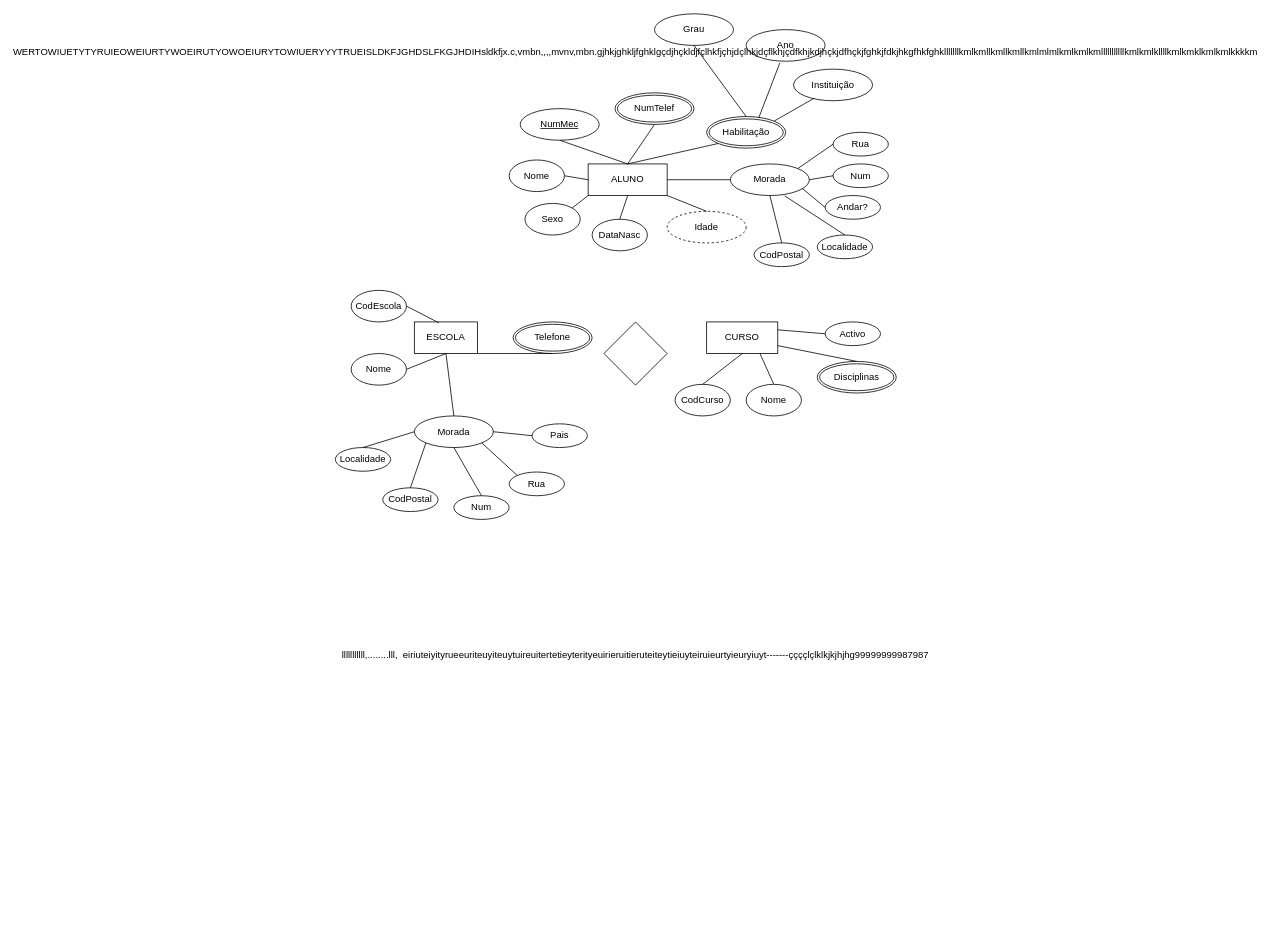
Pitosko/Diagrama-2P keeps this draw.io diagram as diagrama_escolar.drawio. Above is the earlier version. Source tidied: cells renumbered, new cells numbered last; positions are measured from the earlier drawing's top-left corner, leaving out a move shared by most shapes. Both pictures are drawn from the tidied source at 79%, with x=0, y=0 at pixel (335, 13).
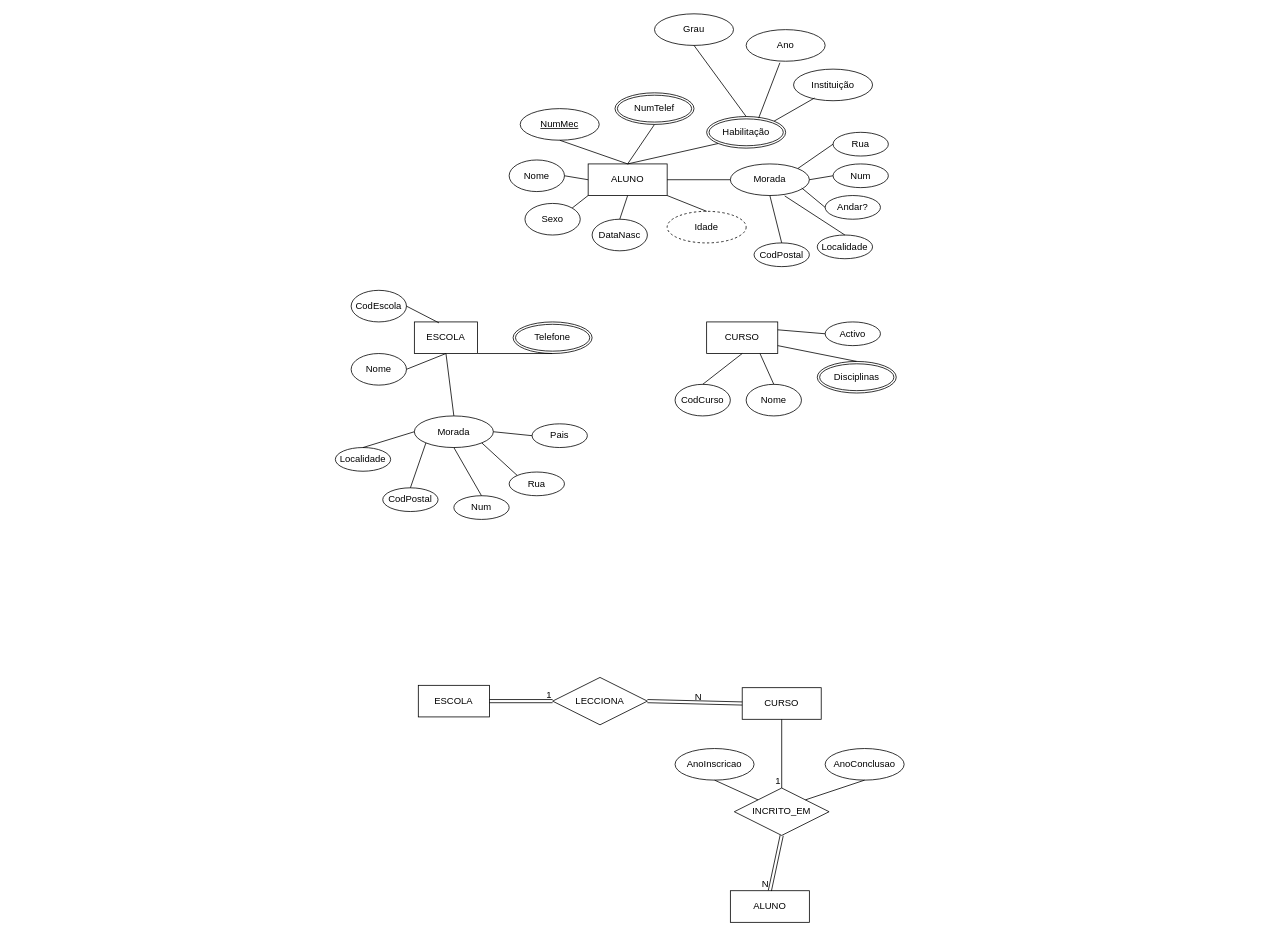
Above is the later version.

Change to the diagram source:
```diff
@@
-    <mxCell id="63" value="&lt;div&gt;WERTOWIUETYTYRUIEOWEIURTYWOEIRUTYOWOEIURYTOWIUERYYYTRUEISLDKFJGHDSLFKGJHDIHsldkfjx.c,vmbn,,,,mvnv,mbn.gjhkjghkljfghklgçdjhçkldjfçlhkfjçhjdçlhkjdçflkhjçdfkhjkdjhçkjdfhçkjfghkjfdkjhkgfhkfghklllllllkmlkmllkmllkmllkmlmlmlkmlkmlkmlllllllllllkmlkmlkllllkmlkmklkmlkmlkkkkm&lt;/div&gt;&lt;div&gt;&lt;br&gt;&lt;/div&gt;&lt;div&gt;&lt;br&gt;&lt;/div&gt;&lt;div&gt;&lt;br&gt;&lt;/div&gt;&lt;div&gt;&lt;br&gt;&lt;/div&gt;&lt;div&gt;&lt;br&gt;&lt;/div&gt;&lt;div&gt;&lt;br&gt;&lt;/div&gt;&lt;div&gt;&lt;br&gt;&lt;/div&gt;&lt;div&gt;&lt;br&gt;&lt;/div&gt;&lt;div&gt;&lt;br&gt;&lt;/div&gt;&lt;div&gt;&lt;br&gt;&lt;/div&gt;&lt;div&gt;&lt;br&gt;&lt;/div&gt;&lt;div&gt;&lt;br&gt;&lt;/div&gt;&lt;div&gt;&lt;br&gt;&lt;/div&gt;&lt;div&gt;&lt;br&gt;&lt;/div&gt;&lt;div&gt;&lt;br&gt;&lt;/div&gt;&lt;div&gt;&lt;br&gt;&lt;/div&gt;&lt;div&gt;&lt;br&gt;&lt;/div&gt;&lt;div&gt;&lt;br&gt;&lt;/div&gt;&lt;div&gt;&lt;br&gt;&lt;/div&gt;&lt;div&gt;&lt;br&gt;&lt;/div&gt;&lt;div&gt;&lt;br&gt;&lt;/div&gt;&lt;div&gt;&lt;br&gt;&lt;/div&gt;&lt;div&gt;&lt;br&gt;&lt;/div&gt;&lt;div&gt;&lt;br&gt;&lt;/div&gt;&lt;div&gt;&lt;br&gt;&lt;/div&gt;&lt;div&gt;&lt;br&gt;&lt;/div&gt;&lt;div&gt;&lt;br&gt;&lt;/div&gt;&lt;div&gt;&lt;br&gt;&lt;/div&gt;&lt;div&gt;&lt;br&gt;&lt;/div&gt;&lt;div&gt;&lt;br&gt;&lt;/div&gt;&lt;div&gt;&lt;br&gt;&lt;/div&gt;&lt;div&gt;&lt;br&gt;&lt;/div&gt;&lt;div&gt;&lt;br&gt;&lt;/div&gt;&lt;div&gt;&lt;br&gt;&lt;/div&gt;&lt;div&gt;&lt;br&gt;&lt;/div&gt;&lt;div&gt;&lt;br&gt;&lt;/div&gt;&lt;div&gt;&lt;br&gt;&lt;/div&gt;&lt;div&gt;&lt;br&gt;&lt;/div&gt;&lt;div&gt;&lt;br&gt;&lt;/div&gt;&lt;div&gt;&lt;br&gt;&lt;/div&gt;&lt;div&gt;&lt;br&gt;&lt;/div&gt;&lt;div&gt;&lt;br&gt;&lt;/div&gt;&lt;div&gt;&lt;br&gt;&lt;/div&gt;&lt;div&gt;&lt;br&gt;&lt;/div&gt;&lt;div&gt;&lt;br&gt;&lt;/div&gt;&lt;div&gt;&lt;br&gt;&lt;/div&gt;&lt;div&gt;&lt;br&gt;&lt;/div&gt;&lt;div&gt;&lt;br&gt;&lt;/div&gt;&lt;div&gt;&lt;br&gt;&lt;/div&gt;&lt;div&gt;&lt;br&gt;&lt;/div&gt;&lt;div&gt;&lt;br&gt;&lt;/div&gt;&lt;div&gt;&lt;br&gt;&lt;/div&gt;&lt;div&gt;lllllllllll,........lll,&amp;nbsp; eiriuteiyityrueeuriteuyiteuytuireuitertetieyterityeuirieruitieruteiteytieiuyteiruieurtyieuryiuyt-------ççççlçlklkjkjhjhg99999999987987&lt;/div&gt;" style="rhombus;whiteSpace=wrap;html=1;" parent="1" vertex="1">
-      <mxGeometry x="340" y="390" width="80" height="80" as="geometry" />
-    </mxCell>
+    <mxCell id="64" value="ESCOLA" style="rounded=0;whiteSpace=wrap;html=1;" parent="1" vertex="1">
+      <mxGeometry x="105" y="850" width="90" height="40" as="geometry" />
+    </mxCell>
+    <mxCell id="65" value="CURSO" style="whiteSpace=wrap;html=1;align=center;" parent="1" vertex="1">
+      <mxGeometry x="515" y="853" width="100" height="40" as="geometry" />
+    </mxCell>
+    <mxCell id="66" value="LECCIONA" style="shape=rhombus;perimeter=rhombusPerimeter;whiteSpace=wrap;html=1;align=center;" parent="1" vertex="1">
+      <mxGeometry x="275" y="840" width="120" height="60" as="geometry" />
+    </mxCell>
+    <mxCell id="67" value="INCRITO_EM" style="shape=rhombus;perimeter=rhombusPerimeter;whiteSpace=wrap;html=1;align=center;" parent="1" vertex="1">
+      <mxGeometry x="505" y="980" width="120" height="60" as="geometry" />
+    </mxCell>
+    <mxCell id="68" value="ALUNO" style="whiteSpace=wrap;html=1;align=center;" parent="1" vertex="1">
+      <mxGeometry x="500" y="1110" width="100" height="40" as="geometry" />
+    </mxCell>
+    <mxCell id="69" style="shape=link;html=1;rounded=0;exitX=1;exitY=0.5;exitDx=0;exitDy=0;entryX=0;entryY=0.5;entryDx=0;entryDy=0;" parent="1" edge="1" source="66" target="65">
+      <mxGeometry relative="1" as="geometry" />
+    </mxCell>
+    <mxCell id="70" value="N" style="html=1;whiteSpace=wrap;align=right;verticalAlign=bottom;" parent="69" vertex="1">
+      <mxGeometry x="1" relative="1" as="geometry">
+        <mxPoint x="-50" as="offset" />
+      </mxGeometry>
+    </mxCell>
+    <mxCell id="71" value="AnoInscricao" style="ellipse;whiteSpace=wrap;html=1;align=center;" parent="1" vertex="1">
+      <mxGeometry x="430" y="930" width="100" height="40" as="geometry" />
+    </mxCell>
+    <mxCell id="72" value="AnoConclusao" style="ellipse;whiteSpace=wrap;html=1;align=center;" parent="1" vertex="1">
+      <mxGeometry x="620" y="930" width="100" height="40" as="geometry" />
+    </mxCell>
+    <mxCell id="73" style="endArrow=none;html=1;rounded=0;exitX=0.5;exitY=1;exitDx=0;exitDy=0;entryX=0.5;entryY=0;entryDx=0;entryDy=0;" parent="1" edge="1" source="65" target="67">
+      <mxGeometry relative="1" as="geometry" />
+    </mxCell>
+    <mxCell id="74" value="1" style="html=1;whiteSpace=wrap;align=right;verticalAlign=bottom;" parent="73" vertex="1">
+      <mxGeometry x="1" relative="1" as="geometry" />
+    </mxCell>
+    <mxCell id="75" style="endArrow=none;html=1;rounded=0;exitX=1;exitY=0;exitDx=0;exitDy=0;entryX=0.5;entryY=1;entryDx=0;entryDy=0;" parent="1" edge="1" source="67" target="72">
+      <mxGeometry relative="1" as="geometry" />
+    </mxCell>
+    <mxCell id="76" style="endArrow=none;html=1;rounded=0;entryX=0;entryY=0;entryDx=0;entryDy=0;exitX=0.5;exitY=1;exitDx=0;exitDy=0;" parent="1" edge="1" source="71" target="67">
+      <mxGeometry relative="1" as="geometry" />
+    </mxCell>
+    <mxCell id="77" style="shape=link;html=1;rounded=0;exitX=1;exitY=0.5;exitDx=0;exitDy=0;entryX=0;entryY=0.5;entryDx=0;entryDy=0;" parent="1" edge="1" source="64" target="66">
+      <mxGeometry relative="1" as="geometry" />
+    </mxCell>
+    <mxCell id="78" value="1" style="html=1;whiteSpace=wrap;align=right;verticalAlign=bottom;" parent="77" vertex="1">
+      <mxGeometry x="1" relative="1" as="geometry" />
+    </mxCell>
+    <mxCell id="79" style="shape=link;html=1;rounded=0;exitX=0.5;exitY=1;exitDx=0;exitDy=0;entryX=0.5;entryY=0;entryDx=0;entryDy=0;" parent="1" edge="1" source="67" target="68">
+      <mxGeometry relative="1" as="geometry" />
+    </mxCell>
+    <mxCell id="80" value="N" style="html=1;whiteSpace=wrap;align=right;verticalAlign=bottom;" parent="79" vertex="1">
+      <mxGeometry x="1" relative="1" as="geometry" />
+    </mxCell>
```
